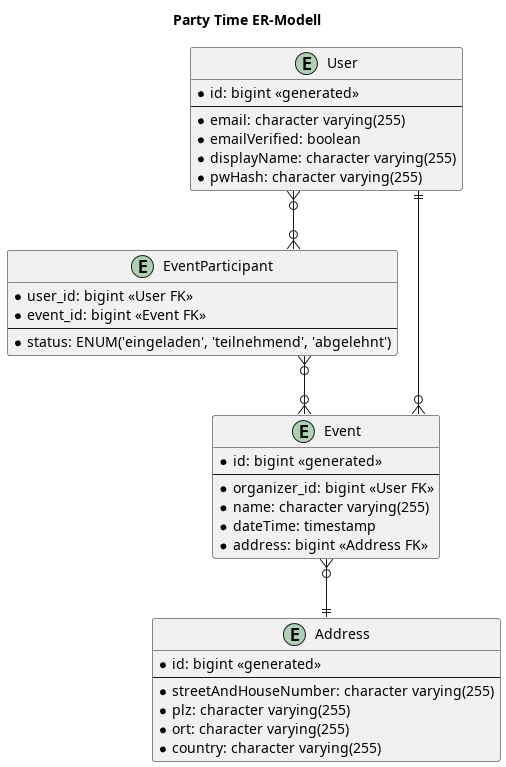
Earlier version of the PlantUML export docs/PNG/ER-Modell/er-model.png (party-time-2/party-time).
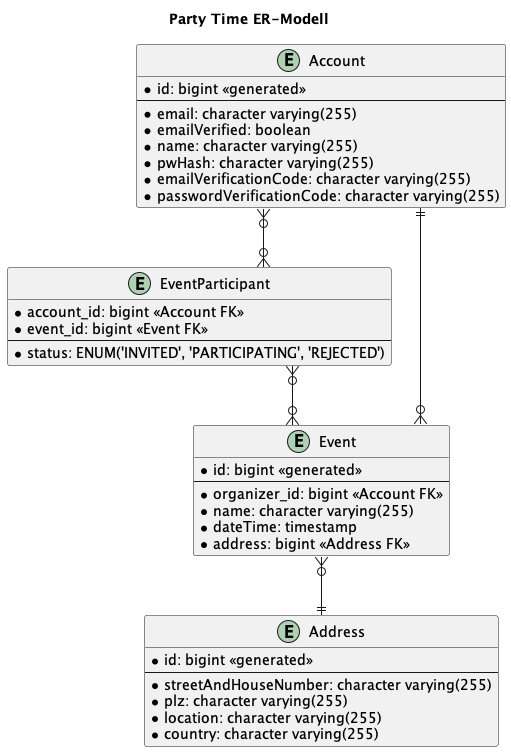
The same file after the commit.

Commit message:
Anpassungen ER Modell Implementierung DB Modell

The edit, as a diff of the source:
```diff
@@ -2,26 +2,28 @@
 title "Party Time ER-Modell"
 skinparam linetype ortho
 
-entity User {
+entity Account {
     * id: bigint <<generated>>
     --
     * email: character varying(255)
     * emailVerified: boolean
-    * displayName: character varying(255)
+    * name: character varying(255)
     * pwHash: character varying(255)
+    * emailVerificationCode: character varying(255)
+    * passwordVerificationCode: character varying(255)
 }
 
 entity EventParticipant {
-    * user_id: bigint <<User FK>>
+    * account_id: bigint <<Account FK>>
     * event_id: bigint <<Event FK>>
     --
-    * status: ENUM('eingeladen', 'teilnehmend', 'abgelehnt')
+    * status: ENUM('INVITED', 'PARTICIPATING', 'REJECTED')
 }
 
 entity Event {
     * id: bigint <<generated>>
     --
-    * organizer_id: bigint <<User FK>>
+    * organizer_id: bigint <<Account FK>>
     * name: character varying(255)
     * dateTime: timestamp
     * address: bigint <<Address FK>>
@@ -32,12 +34,12 @@
     --
     * streetAndHouseNumber: character varying(255)
     * plz: character varying(255)
-    * ort: character varying(255)
+    * location: character varying(255)
     * country: character varying(255)
 }
 
-User ||--o{ Event
-User }o--o{ EventParticipant
+Account ||--o{ Event
+Account }o--o{ EventParticipant
 EventParticipant }o--o{ Event
 Event }o--|| Address
 @enduml
```
